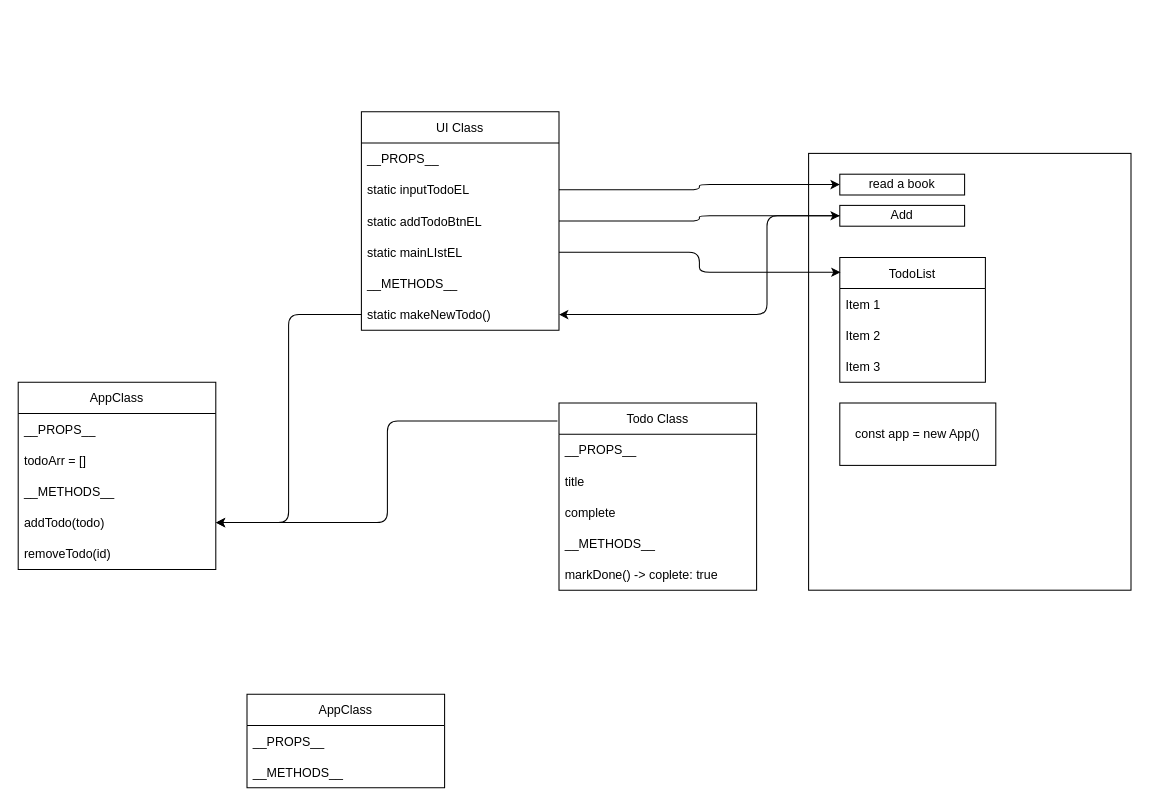
This is plan.drawio from MariusCodeAcademy/type12-js-18-oop-todo-magic, a draw.io file, before an edit. Source tidied: cells renumbered, new cells numbered last; positions are measured from the earlier drawing's top-left corner, leaving out a move shared by most shapes. Both pictures are drawn from the tidied source at 104%, with x=0, y=0 at pixel (18, 111).
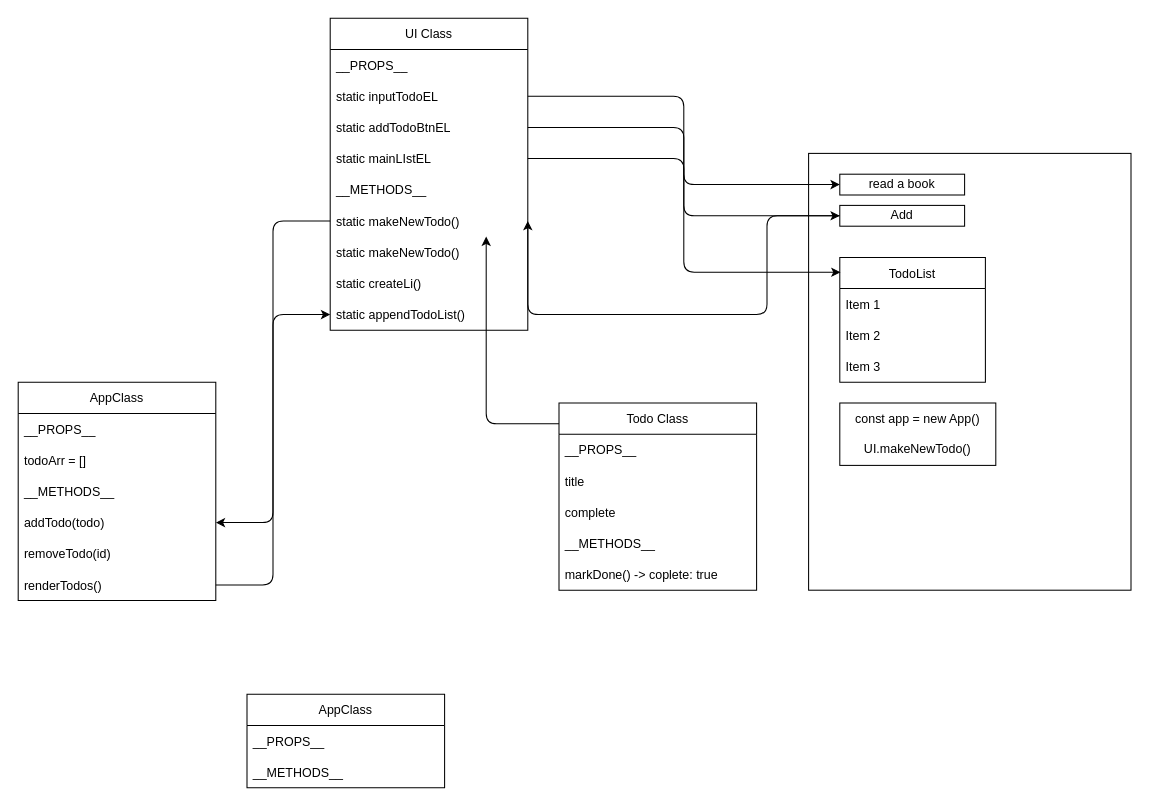
After the change.

Unchanged cells that the change refers to:
```xml
<mxCell id="3" value="Todo Class" style="swimlane;fontStyle=0;horizontal=1;startSize=30;" parent="1" vertex="1">
  <mxGeometry x="520" y="280" width="190" height="180" as="geometry" />
</mxCell>
<mxCell id="13" value="addTodo(todo)" style="text;strokeColor=none;fillColor=none;align=left;verticalAlign=middle;spacingLeft=4;spacingRight=4;overflow=hidden;points=[[0,0.5],[1,0.5]];portConstraint=eastwest;" parent="9" vertex="1">
  <mxGeometry y="120" width="190" height="30" as="geometry" />
</mxCell>
<mxCell id="24" value="static makeNewTodo()" style="text;strokeColor=none;fillColor=none;align=left;verticalAlign=middle;spacingLeft=4;spacingRight=4;overflow=hidden;points=[[0,0.5],[1,0.5]];portConstraint=eastwest;" parent="18" vertex="1">
  <mxGeometry y="180" width="190" height="30" as="geometry" />
</mxCell>
```

What changed in the source:
```diff
@@
-    <mxCell id="2" style="edgeStyle=orthogonalEdgeStyle;html=1;entryX=1;entryY=0.5;entryDx=0;entryDy=0;exitX=-0.008;exitY=0.096;exitDx=0;exitDy=0;exitPerimeter=0;" parent="1" edge="1" source="3" target="13">
-      <mxGeometry relative="1" as="geometry" />
-    </mxCell>
+    <mxCell id="38" style="edgeStyle=orthogonalEdgeStyle;html=1;" parent="1" edge="1" source="3" target="24">
+      <mxGeometry relative="1" as="geometry">
+        <Array as="points">
+          <mxPoint x="450" y="300" />
+        </Array>
+      </mxGeometry>
+    </mxCell>
@@
     <mxCell id="9" value="AppClass" style="swimlane;fontStyle=0;horizontal=1;startSize=30;" parent="1" vertex="1">
-      <mxGeometry y="260" width="190" height="180" as="geometry" />
+      <mxGeometry y="260" width="190" height="210" as="geometry" />
     </mxCell>
@@
+    <mxCell id="39" value="renderTodos()" style="text;strokeColor=none;fillColor=none;align=left;verticalAlign=middle;spacingLeft=4;spacingRight=4;overflow=hidden;points=[[0,0.5],[1,0.5]];portConstraint=eastwest;" parent="9" vertex="1">
+      <mxGeometry y="180" width="190" height="30" as="geometry" />
+    </mxCell>
@@
     <mxCell id="18" value="UI Class" style="swimlane;fontStyle=0;horizontal=1;startSize=30;" parent="1" vertex="1">
-      <mxGeometry x="330" width="190" height="210" as="geometry" />
+      <mxGeometry x="300" y="-90" width="190" height="300" as="geometry" />
     </mxCell>
@@
+    <mxCell id="40" value="static makeNewTodo()" style="text;strokeColor=none;fillColor=none;align=left;verticalAlign=middle;spacingLeft=4;spacingRight=4;overflow=hidden;" parent="18" vertex="1">
+      <mxGeometry y="210" width="190" height="30" as="geometry" />
+    </mxCell>
+    <mxCell id="41" value="static createLi()" style="text;strokeColor=none;fillColor=none;align=left;verticalAlign=middle;spacingLeft=4;spacingRight=4;overflow=hidden;" parent="18" vertex="1">
+      <mxGeometry y="240" width="190" height="30" as="geometry" />
+    </mxCell>
+    <mxCell id="42" value="static appendTodoList()" style="text;strokeColor=none;fillColor=none;align=left;verticalAlign=middle;spacingLeft=4;spacingRight=4;overflow=hidden;points=[[0,0.5],[1,0.5]];portConstraint=eastwest;" parent="18" vertex="1">
+      <mxGeometry y="270" width="190" height="30" as="geometry" />
+    </mxCell>
@@
-    <mxCell id="37" value="const app = new App()" style="rounded=0;whiteSpace=wrap;html=1;" parent="1" vertex="1">
+    <mxCell id="37" value="const app = new App()&lt;br&gt;&lt;br&gt;UI.makeNewTodo()" style="rounded=0;whiteSpace=wrap;html=1;" parent="1" vertex="1">
       <mxGeometry x="790" y="280" width="150" height="60" as="geometry" />
     </mxCell>
+    <mxCell id="43" style="edgeStyle=orthogonalEdgeStyle;html=1;entryX=0;entryY=0.5;entryDx=0;entryDy=0;" parent="1" edge="1" source="39" target="42">
+      <mxGeometry relative="1" as="geometry" />
+    </mxCell>
```
